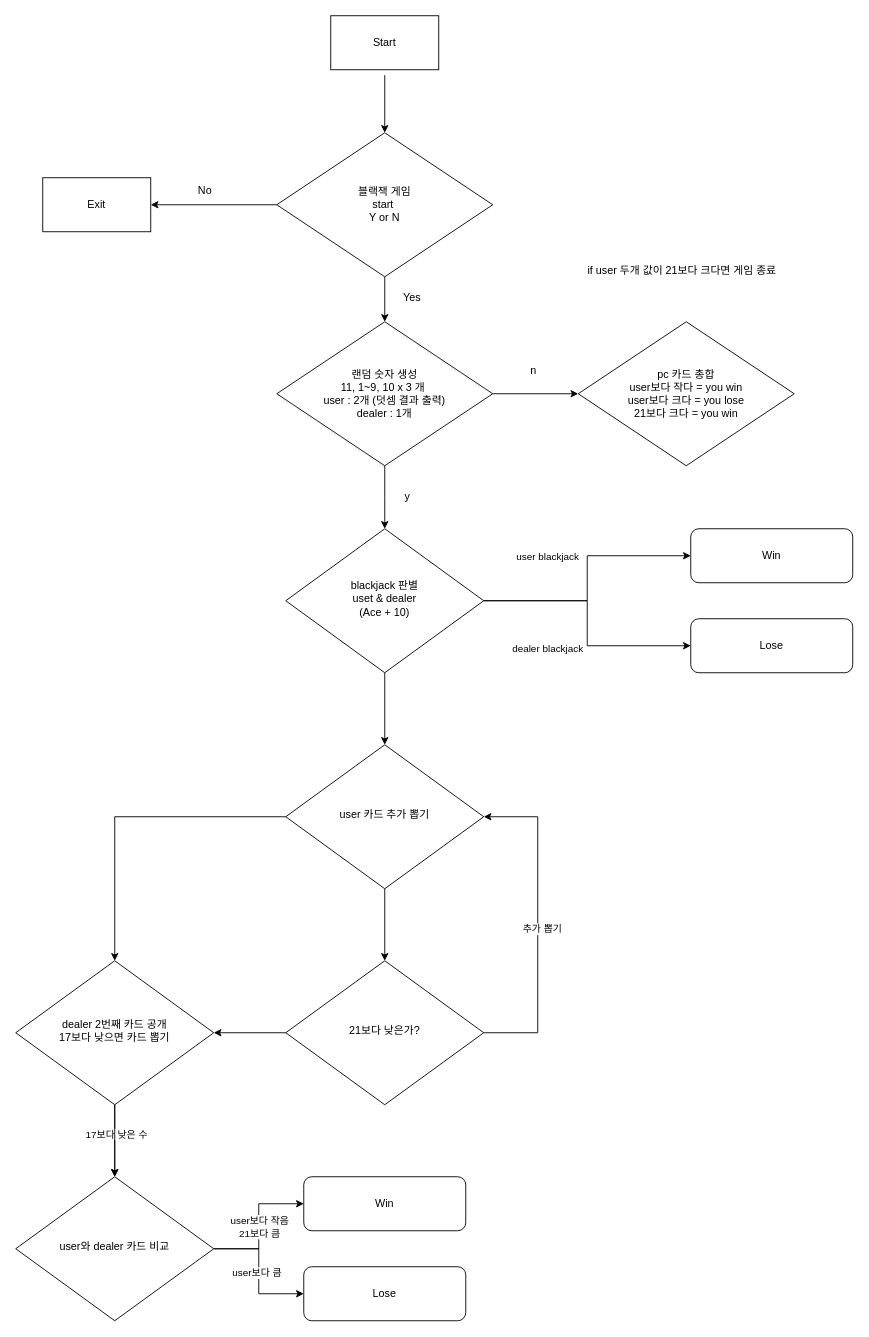
The draw.io diagram Day 11_blackjack_game/blackjack.drawio in calling0108/python_udemy_bootcamp, before the edit. Source tidied: cells renumbered, new cells numbered last; positions are measured from the earlier drawing's top-left corner, leaving out a move shared by most shapes. Both pictures are drawn from the tidied source at 90%, with x=0, y=0 at pixel (15, 15).
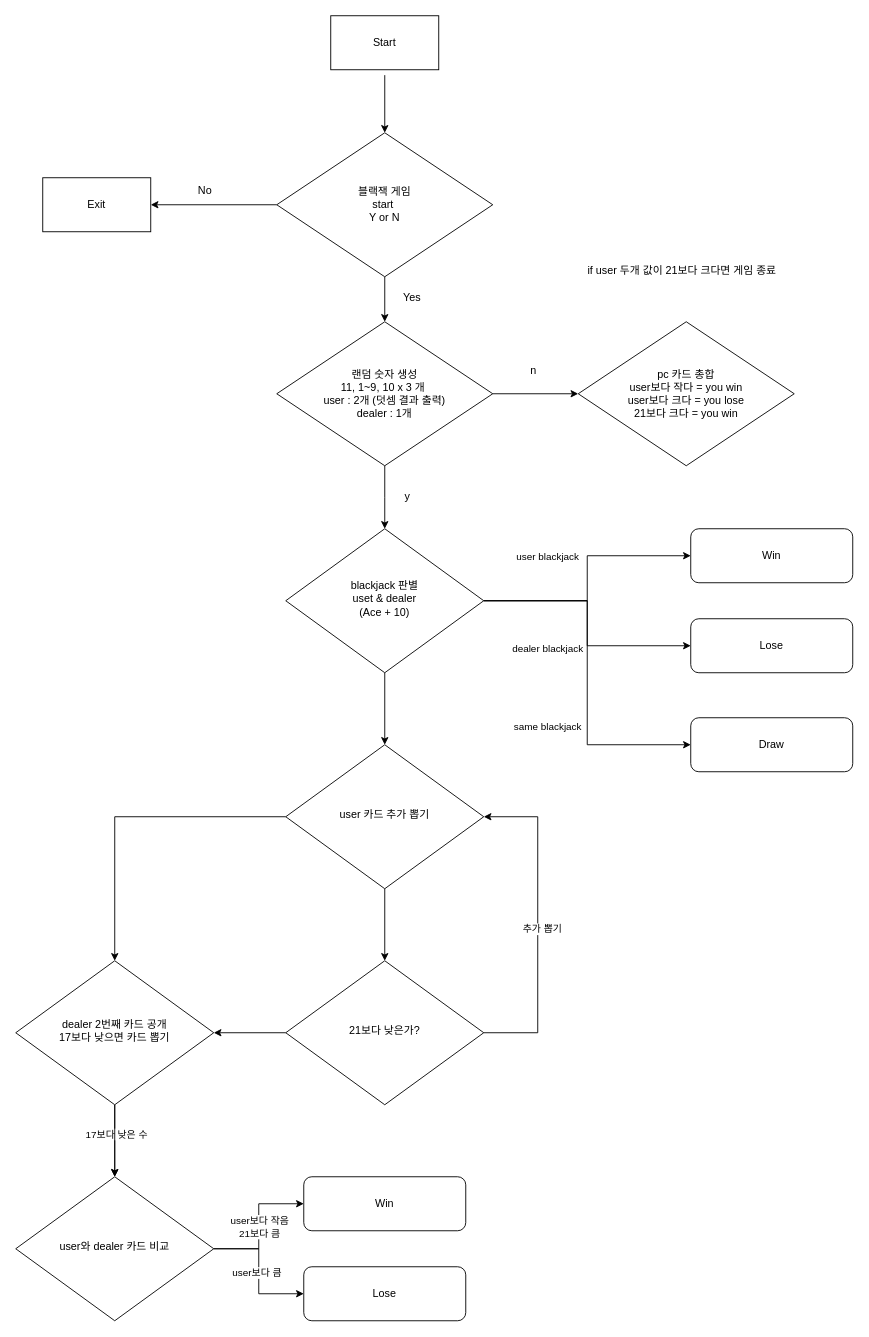
The same page after the edit.

Unchanged cells that the change refers to:
```xml
<mxCell id="24" value="blackjack 판별&lt;br&gt;uset &amp;amp; dealer&lt;br&gt;(Ace + 10)" style="rhombus;whiteSpace=wrap;html=1;shadow=0;fontFamily=Helvetica;fontSize=12;align=center;strokeWidth=1;spacing=6;spacingTop=-4;" parent="1" vertex="1">
  <mxGeometry x="300" y="570" width="220" height="160" as="geometry" />
</mxCell>
```

The edit, as a diff of the source:
```diff
@@
+    <mxCell id="45" style="edgeStyle=orthogonalEdgeStyle;html=1;exitX=1;exitY=0.5;exitDx=0;exitDy=0;entryX=0;entryY=0.5;entryDx=0;entryDy=0;rounded=0;" parent="1" edge="1" source="24" target="47">
+      <mxGeometry relative="1" as="geometry" />
+    </mxCell>
+    <mxCell id="46" value="same blackjack" style="edgeLabel;html=1;align=center;verticalAlign=middle;" parent="45" vertex="1">
+      <mxGeometry x="0.3" relative="1" as="geometry">
+        <mxPoint x="-45" as="offset" />
+      </mxGeometry>
+    </mxCell>
@@
+    <mxCell id="47" value="Draw" style="rounded=1;whiteSpace=wrap;html=1;fontSize=12;glass=0;strokeWidth=1;shadow=0;" parent="1" vertex="1">
+      <mxGeometry x="750" y="780" width="180" height="60" as="geometry" />
+    </mxCell>
```
